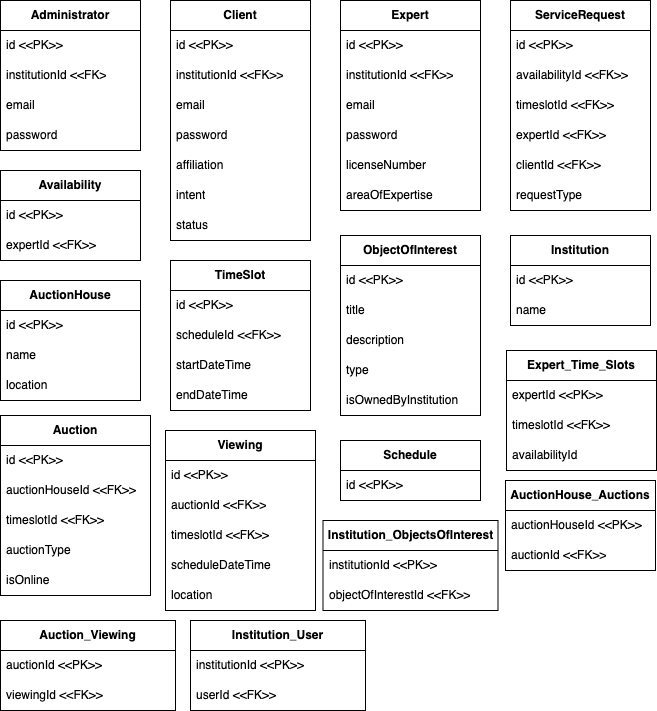
Earlier version of the draw.io export artifacts/DataModel/SOEN342-DataModel.drawio.png (benjaminsunliu/chillmates-soen-342). Source tidied: cells renumbered, new cells last; positions are measured from the earlier drawing's top-left corner, leaving out a move shared by most shapes.
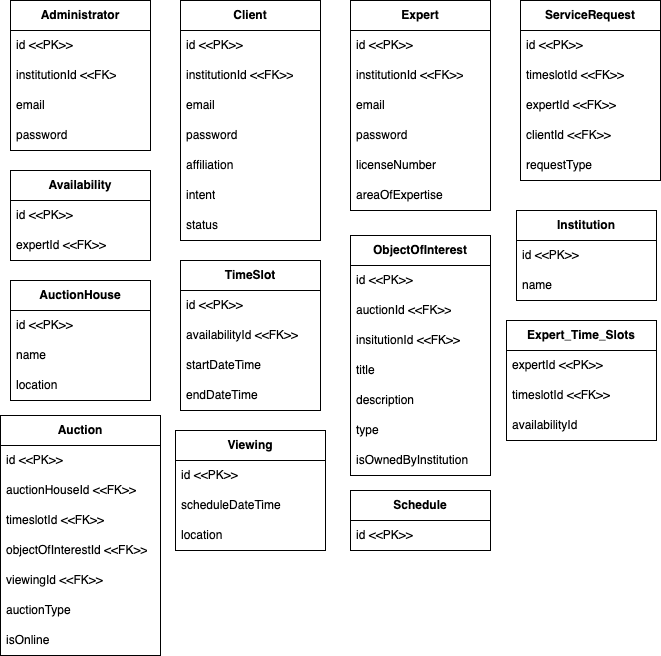
After the change.

Commit message:
updated association & updated data model

What changed in the source:
```diff
@@ -63,25 +63,22 @@
       <mxGeometry y="180" width="140" height="30" as="geometry" />
     </mxCell>
     <mxCell id="22" value="&lt;b&gt;ServiceRequest&lt;/b&gt;" style="swimlane;fontStyle=0;horizontal=1;startSize=30;whiteSpace=wrap;html=1;" parent="1" vertex="1">
-      <mxGeometry x="510" width="140" height="210" as="geometry" />
+      <mxGeometry x="510" width="140" height="180" as="geometry" />
     </mxCell>
     <mxCell id="23" value="id &amp;lt;&amp;lt;PK&amp;gt;&amp;gt;" style="text;strokeColor=none;fillColor=none;align=left;verticalAlign=middle;spacingLeft=4;spacingRight=4;overflow=hidden;whiteSpace=wrap;html=1;" parent="22" vertex="1">
       <mxGeometry y="30" width="140" height="30" as="geometry" />
     </mxCell>
-    <mxCell id="24" value="availabilityId &amp;lt;&amp;lt;FK&amp;gt;&amp;gt;" style="text;strokeColor=none;fillColor=none;align=left;verticalAlign=middle;spacingLeft=4;spacingRight=4;overflow=hidden;whiteSpace=wrap;html=1;" parent="22" vertex="1">
-      <mxGeometry y="60" width="140" height="30" as="geometry" />
-    </mxCell>
     <mxCell id="25" value="timeslotId &amp;lt;&amp;lt;FK&amp;gt;&amp;gt;" style="text;strokeColor=none;fillColor=none;align=left;verticalAlign=middle;spacingLeft=4;spacingRight=4;overflow=hidden;whiteSpace=wrap;html=1;" parent="22" vertex="1">
-      <mxGeometry y="90" width="140" height="30" as="geometry" />
+      <mxGeometry y="60" width="140" height="30" as="geometry" />
     </mxCell>
     <mxCell id="26" value="expertId &amp;lt;&amp;lt;FK&amp;gt;&amp;gt;" style="text;strokeColor=none;fillColor=none;align=left;verticalAlign=middle;spacingLeft=4;spacingRight=4;overflow=hidden;whiteSpace=wrap;html=1;" parent="22" vertex="1">
-      <mxGeometry y="120" width="140" height="30" as="geometry" />
+      <mxGeometry y="90" width="140" height="30" as="geometry" />
     </mxCell>
     <mxCell id="27" value="clientId &amp;lt;&amp;lt;FK&amp;gt;&amp;gt;" style="text;strokeColor=none;fillColor=none;align=left;verticalAlign=middle;spacingLeft=4;spacingRight=4;overflow=hidden;whiteSpace=wrap;html=1;" parent="22" vertex="1">
-      <mxGeometry y="150" width="140" height="30" as="geometry" />
+      <mxGeometry y="120" width="140" height="30" as="geometry" />
     </mxCell>
     <mxCell id="28" value="requestType" style="text;strokeColor=none;fillColor=none;align=left;verticalAlign=middle;spacingLeft=4;spacingRight=4;overflow=hidden;whiteSpace=wrap;html=1;" parent="22" vertex="1">
-      <mxGeometry y="180" width="140" height="30" as="geometry" />
+      <mxGeometry y="150" width="140" height="30" as="geometry" />
     </mxCell>
     <mxCell id="29" value="&lt;b&gt;Availability&lt;/b&gt;" style="swimlane;fontStyle=0;horizontal=1;startSize=30;whiteSpace=wrap;html=1;" parent="1" vertex="1">
       <mxGeometry y="170" width="140" height="90" as="geometry" />
@@ -98,7 +95,7 @@
     <mxCell id="33" value="id &amp;lt;&amp;lt;PK&amp;gt;&amp;gt;" style="text;strokeColor=none;fillColor=none;align=left;verticalAlign=middle;spacingLeft=4;spacingRight=4;overflow=hidden;whiteSpace=wrap;html=1;" parent="32" vertex="1">
       <mxGeometry y="30" width="140" height="30" as="geometry" />
     </mxCell>
-    <mxCell id="34" value="scheduleId &amp;lt;&amp;lt;FK&amp;gt;&amp;gt;" style="text;strokeColor=none;fillColor=none;align=left;verticalAlign=middle;spacingLeft=4;spacingRight=4;overflow=hidden;whiteSpace=wrap;html=1;" parent="32" vertex="1">
+    <mxCell id="34" value="availabilityId &amp;lt;&amp;lt;FK&amp;gt;&amp;gt;" style="text;strokeColor=none;fillColor=none;align=left;verticalAlign=middle;spacingLeft=4;spacingRight=4;overflow=hidden;whiteSpace=wrap;html=1;" parent="32" vertex="1">
       <mxGeometry y="60" width="140" height="30" as="geometry" />
     </mxCell>
     <mxCell id="35" value="startDateTime" style="text;strokeColor=none;fillColor=none;align=left;verticalAlign=middle;spacingLeft=4;spacingRight=4;overflow=hidden;whiteSpace=wrap;html=1;" parent="32" vertex="1">
@@ -108,25 +105,31 @@
       <mxGeometry y="120" width="140" height="30" as="geometry" />
     </mxCell>
     <mxCell id="37" value="&lt;b&gt;ObjectOfInterest&lt;/b&gt;" style="swimlane;fontStyle=0;horizontal=1;startSize=30;whiteSpace=wrap;html=1;" parent="1" vertex="1">
-      <mxGeometry x="340" y="235" width="140" height="180" as="geometry" />
+      <mxGeometry x="340" y="235" width="140" height="240" as="geometry" />
     </mxCell>
     <mxCell id="38" value="id &amp;lt;&amp;lt;PK&amp;gt;&amp;gt;" style="text;strokeColor=none;fillColor=none;align=left;verticalAlign=middle;spacingLeft=4;spacingRight=4;overflow=hidden;whiteSpace=wrap;html=1;" parent="37" vertex="1">
       <mxGeometry y="30" width="140" height="30" as="geometry" />
     </mxCell>
+    <mxCell id="80" value="auctionId &amp;lt;&amp;lt;FK&amp;gt;&amp;gt;" style="text;strokeColor=none;fillColor=none;align=left;verticalAlign=middle;spacingLeft=4;spacingRight=4;overflow=hidden;whiteSpace=wrap;html=1;" parent="37" vertex="1">
+      <mxGeometry y="60" width="140" height="30" as="geometry" />
+    </mxCell>
+    <mxCell id="81" value="insitutionId &amp;lt;&amp;lt;FK&amp;gt;&amp;gt;" style="text;strokeColor=none;fillColor=none;align=left;verticalAlign=middle;spacingLeft=4;spacingRight=4;overflow=hidden;whiteSpace=wrap;html=1;" parent="37" vertex="1">
+      <mxGeometry y="90" width="140" height="30" as="geometry" />
+    </mxCell>
     <mxCell id="39" value="title" style="text;strokeColor=none;fillColor=none;align=left;verticalAlign=middle;spacingLeft=4;spacingRight=4;overflow=hidden;whiteSpace=wrap;html=1;" parent="37" vertex="1">
-      <mxGeometry y="60" width="140" height="30" as="geometry" />
+      <mxGeometry y="120" width="140" height="30" as="geometry" />
     </mxCell>
     <mxCell id="40" value="description" style="text;strokeColor=none;fillColor=none;align=left;verticalAlign=middle;spacingLeft=4;spacingRight=4;overflow=hidden;whiteSpace=wrap;html=1;" parent="37" vertex="1">
-      <mxGeometry y="90" width="140" height="30" as="geometry" />
+      <mxGeometry y="150" width="140" height="30" as="geometry" />
     </mxCell>
     <mxCell id="41" value="type" style="text;strokeColor=none;fillColor=none;align=left;verticalAlign=middle;spacingLeft=4;spacingRight=4;overflow=hidden;whiteSpace=wrap;html=1;" parent="37" vertex="1">
-      <mxGeometry y="120" width="140" height="30" as="geometry" />
+      <mxGeometry y="180" width="140" height="30" as="geometry" />
     </mxCell>
     <mxCell id="42" value="isOwnedByInstitution" style="text;strokeColor=none;fillColor=none;align=left;verticalAlign=middle;spacingLeft=4;spacingRight=4;overflow=hidden;whiteSpace=wrap;html=1;" parent="37" vertex="1">
-      <mxGeometry y="150" width="140" height="30" as="geometry" />
+      <mxGeometry y="210" width="140" height="30" as="geometry" />
     </mxCell>
     <mxCell id="43" value="&lt;b&gt;Institution&lt;/b&gt;" style="swimlane;fontStyle=0;horizontal=1;startSize=30;whiteSpace=wrap;html=1;" parent="1" vertex="1">
-      <mxGeometry x="510" y="235" width="140" height="90" as="geometry" />
+      <mxGeometry x="506" y="210" width="140" height="90" as="geometry" />
     </mxCell>
     <mxCell id="44" value="id &amp;lt;&amp;lt;PK&amp;gt;&amp;gt;" style="text;strokeColor=none;fillColor=none;align=left;verticalAlign=middle;spacingLeft=4;spacingRight=4;overflow=hidden;whiteSpace=wrap;html=1;" parent="43" vertex="1">
       <mxGeometry y="30" width="140" height="30" as="geometry" />
@@ -147,49 +150,49 @@
       <mxGeometry y="90" width="140" height="30" as="geometry" />
     </mxCell>
     <mxCell id="50" value="&lt;b&gt;Auction&lt;/b&gt;" style="swimlane;fontStyle=0;horizontal=1;startSize=30;whiteSpace=wrap;html=1;" parent="1" vertex="1">
-      <mxGeometry y="415" width="150" height="180" as="geometry" />
+      <mxGeometry x="-10" y="415" width="160" height="240" as="geometry" />
     </mxCell>
     <mxCell id="51" value="id &amp;lt;&amp;lt;PK&amp;gt;&amp;gt;" style="text;strokeColor=none;fillColor=none;align=left;verticalAlign=middle;spacingLeft=4;spacingRight=4;overflow=hidden;whiteSpace=wrap;html=1;" parent="50" vertex="1">
-      <mxGeometry y="30" width="150" height="30" as="geometry" />
+      <mxGeometry y="30" width="160" height="30" as="geometry" />
     </mxCell>
     <mxCell id="52" value="auctionHouseId &amp;lt;&amp;lt;FK&amp;gt;&amp;gt;" style="text;strokeColor=none;fillColor=none;align=left;verticalAlign=middle;spacingLeft=4;spacingRight=4;overflow=hidden;whiteSpace=wrap;html=1;" parent="50" vertex="1">
-      <mxGeometry y="60" width="150" height="30" as="geometry" />
+      <mxGeometry y="60" width="160" height="30" as="geometry" />
     </mxCell>
     <mxCell id="53" value="timeslotId &amp;lt;&amp;lt;FK&amp;gt;&amp;gt;" style="text;strokeColor=none;fillColor=none;align=left;verticalAlign=middle;spacingLeft=4;spacingRight=4;overflow=hidden;whiteSpace=wrap;html=1;" parent="50" vertex="1">
-      <mxGeometry y="90" width="150" height="30" as="geometry" />
+      <mxGeometry y="90" width="160" height="30" as="geometry" />
     </mxCell>
+    <mxCell id="73" value="objectOfInterestId &amp;lt;&amp;lt;FK&amp;gt;&amp;gt;" style="text;strokeColor=none;fillColor=none;align=left;verticalAlign=middle;spacingLeft=4;spacingRight=4;overflow=hidden;whiteSpace=wrap;html=1;" parent="50" vertex="1">
+      <mxGeometry y="120" width="160" height="30" as="geometry" />
+    </mxCell>
+    <mxCell id="76" value="viewingId &amp;lt;&amp;lt;FK&amp;gt;&amp;gt;" style="text;strokeColor=none;fillColor=none;align=left;verticalAlign=middle;spacingLeft=4;spacingRight=4;overflow=hidden;whiteSpace=wrap;html=1;" parent="50" vertex="1">
+      <mxGeometry y="150" width="160" height="30" as="geometry" />
+    </mxCell>
     <mxCell id="54" value="auctionType" style="text;strokeColor=none;fillColor=none;align=left;verticalAlign=middle;spacingLeft=4;spacingRight=4;overflow=hidden;whiteSpace=wrap;html=1;" parent="50" vertex="1">
-      <mxGeometry y="120" width="150" height="30" as="geometry" />
+      <mxGeometry y="180" width="160" height="30" as="geometry" />
     </mxCell>
     <mxCell id="55" value="isOnline" style="text;strokeColor=none;fillColor=none;align=left;verticalAlign=middle;spacingLeft=4;spacingRight=4;overflow=hidden;whiteSpace=wrap;html=1;" parent="50" vertex="1">
-      <mxGeometry y="150" width="150" height="30" as="geometry" />
+      <mxGeometry y="210" width="160" height="30" as="geometry" />
     </mxCell>
     <mxCell id="56" value="&lt;b&gt;Viewing&lt;/b&gt;" style="swimlane;fontStyle=0;horizontal=1;startSize=30;whiteSpace=wrap;html=1;" parent="1" vertex="1">
-      <mxGeometry x="165" y="430" width="150" height="180" as="geometry" />
+      <mxGeometry x="165" y="430" width="150" height="120" as="geometry" />
     </mxCell>
     <mxCell id="57" value="id &amp;lt;&amp;lt;PK&amp;gt;&amp;gt;" style="text;strokeColor=none;fillColor=none;align=left;verticalAlign=middle;spacingLeft=4;spacingRight=4;overflow=hidden;whiteSpace=wrap;html=1;" parent="56" vertex="1">
       <mxGeometry y="30" width="150" height="30" as="geometry" />
     </mxCell>
-    <mxCell id="58" value="auctionId &amp;lt;&amp;lt;FK&amp;gt;&amp;gt;" style="text;strokeColor=none;fillColor=none;align=left;verticalAlign=middle;spacingLeft=4;spacingRight=4;overflow=hidden;whiteSpace=wrap;html=1;" parent="56" vertex="1">
-      <mxGeometry y="60" width="150" height="30" as="geometry" />
-    </mxCell>
-    <mxCell id="59" value="timeslotId &amp;lt;&amp;lt;FK&amp;gt;&amp;gt;" style="text;strokeColor=none;fillColor=none;align=left;verticalAlign=middle;spacingLeft=4;spacingRight=4;overflow=hidden;whiteSpace=wrap;html=1;" parent="56" vertex="1">
-      <mxGeometry y="90" width="150" height="30" as="geometry" />
-    </mxCell>
     <mxCell id="60" value="scheduleDateTime" style="text;strokeColor=none;fillColor=none;align=left;verticalAlign=middle;spacingLeft=4;spacingRight=4;overflow=hidden;whiteSpace=wrap;html=1;" parent="56" vertex="1">
-      <mxGeometry y="120" width="150" height="30" as="geometry" />
+      <mxGeometry y="60" width="150" height="30" as="geometry" />
     </mxCell>
     <mxCell id="61" value="location" style="text;strokeColor=none;fillColor=none;align=left;verticalAlign=middle;spacingLeft=4;spacingRight=4;overflow=hidden;whiteSpace=wrap;html=1;" parent="56" vertex="1">
-      <mxGeometry y="150" width="150" height="30" as="geometry" />
+      <mxGeometry y="90" width="150" height="30" as="geometry" />
     </mxCell>
     <mxCell id="62" value="&lt;b&gt;Schedule&lt;/b&gt;" style="swimlane;fontStyle=0;horizontal=1;startSize=30;whiteSpace=wrap;html=1;" parent="1" vertex="1">
-      <mxGeometry x="340" y="440" width="140" height="60" as="geometry" />
+      <mxGeometry x="340" y="490" width="140" height="60" as="geometry" />
     </mxCell>
     <mxCell id="63" value="id &amp;lt;&amp;lt;PK&amp;gt;&amp;gt;" style="text;strokeColor=none;fillColor=none;align=left;verticalAlign=middle;spacingLeft=4;spacingRight=4;overflow=hidden;whiteSpace=wrap;html=1;" parent="62" vertex="1">
       <mxGeometry y="30" width="140" height="30" as="geometry" />
     </mxCell>
     <mxCell id="64" value="&lt;b&gt;Expert_Time_Slots&lt;/b&gt;" style="swimlane;fontStyle=0;horizontal=1;startSize=30;whiteSpace=wrap;html=1;" parent="1" vertex="1">
-      <mxGeometry x="506" y="350" width="150" height="120" as="geometry" />
+      <mxGeometry x="496" y="320" width="150" height="120" as="geometry" />
     </mxCell>
     <mxCell id="65" value="expertId &amp;lt;&amp;lt;PK&amp;gt;&amp;gt;" style="text;strokeColor=none;fillColor=none;align=left;verticalAlign=middle;spacingLeft=4;spacingRight=4;overflow=hidden;whiteSpace=wrap;html=1;" parent="64" vertex="1">
       <mxGeometry y="30" width="150" height="30" as="geometry" />
@@ -200,41 +203,5 @@
     <mxCell id="67" value="availabilityId" style="text;strokeColor=none;fillColor=none;align=left;verticalAlign=middle;spacingLeft=4;spacingRight=4;overflow=hidden;whiteSpace=wrap;html=1;" parent="64" vertex="1">
       <mxGeometry y="90" width="150" height="30" as="geometry" />
     </mxCell>
-    <mxCell id="68" value="&lt;b&gt;AuctionHouse_Auctions&lt;/b&gt;" style="swimlane;fontStyle=0;horizontal=1;startSize=30;whiteSpace=wrap;html=1;" parent="1" vertex="1">
-      <mxGeometry x="505" y="480" width="150" height="90" as="geometry" />
-    </mxCell>
-    <mxCell id="69" value="auctionHouseId &amp;lt;&amp;lt;PK&amp;gt;&amp;gt;" style="text;strokeColor=none;fillColor=none;align=left;verticalAlign=middle;spacingLeft=4;spacingRight=4;overflow=hidden;whiteSpace=wrap;html=1;" parent="68" vertex="1">
-      <mxGeometry y="30" width="150" height="30" as="geometry" />
-    </mxCell>
-    <mxCell id="70" value="auctionId &amp;lt;&amp;lt;FK&amp;gt;&amp;gt;" style="text;strokeColor=none;fillColor=none;align=left;verticalAlign=middle;spacingLeft=4;spacingRight=4;overflow=hidden;whiteSpace=wrap;html=1;" parent="68" vertex="1">
-      <mxGeometry y="60" width="150" height="30" as="geometry" />
-    </mxCell>
-    <mxCell id="71" value="&lt;b&gt;Institution_ObjectsOfInterest&lt;/b&gt;" style="swimlane;fontStyle=0;horizontal=1;startSize=30;whiteSpace=wrap;html=1;" parent="1" vertex="1">
-      <mxGeometry x="322.5" y="520" width="175" height="90" as="geometry" />
-    </mxCell>
-    <mxCell id="72" value="institutionId &amp;lt;&amp;lt;PK&amp;gt;&amp;gt;" style="text;strokeColor=none;fillColor=none;align=left;verticalAlign=middle;spacingLeft=4;spacingRight=4;overflow=hidden;whiteSpace=wrap;html=1;" parent="71" vertex="1">
-      <mxGeometry y="30" width="175" height="30" as="geometry" />
-    </mxCell>
-    <mxCell id="73" value="objectOfInterestId &amp;lt;&amp;lt;FK&amp;gt;&amp;gt;" style="text;strokeColor=none;fillColor=none;align=left;verticalAlign=middle;spacingLeft=4;spacingRight=4;overflow=hidden;whiteSpace=wrap;html=1;" parent="71" vertex="1">
-      <mxGeometry y="60" width="175" height="30" as="geometry" />
-    </mxCell>
-    <mxCell id="74" value="&lt;b&gt;Auction_Viewing&lt;/b&gt;" style="swimlane;fontStyle=0;horizontal=1;startSize=30;whiteSpace=wrap;html=1;" parent="1" vertex="1">
-      <mxGeometry y="620" width="175" height="90" as="geometry" />
-    </mxCell>
-    <mxCell id="75" value="auctionId &amp;lt;&amp;lt;PK&amp;gt;&amp;gt;" style="text;strokeColor=none;fillColor=none;align=left;verticalAlign=middle;spacingLeft=4;spacingRight=4;overflow=hidden;whiteSpace=wrap;html=1;" parent="74" vertex="1">
-      <mxGeometry y="30" width="175" height="30" as="geometry" />
-    </mxCell>
-    <mxCell id="76" value="viewingId &amp;lt;&amp;lt;FK&amp;gt;&amp;gt;" style="text;strokeColor=none;fillColor=none;align=left;verticalAlign=middle;spacingLeft=4;spacingRight=4;overflow=hidden;whiteSpace=wrap;html=1;" parent="74" vertex="1">
-      <mxGeometry y="60" width="175" height="30" as="geometry" />
-    </mxCell>
-    <mxCell id="77" value="&lt;b&gt;Institution_User&lt;/b&gt;" style="swimlane;fontStyle=0;horizontal=1;startSize=30;whiteSpace=wrap;html=1;" parent="1" vertex="1">
-      <mxGeometry x="190" y="620" width="175" height="90" as="geometry" />
-    </mxCell>
-    <mxCell id="78" value="institutionId &amp;lt;&amp;lt;PK&amp;gt;&amp;gt;" style="text;strokeColor=none;fillColor=none;align=left;verticalAlign=middle;spacingLeft=4;spacingRight=4;overflow=hidden;whiteSpace=wrap;html=1;" parent="77" vertex="1">
-      <mxGeometry y="30" width="175" height="30" as="geometry" />
-    </mxCell>
-    <mxCell id="79" value="userId &amp;lt;&amp;lt;FK&amp;gt;&amp;gt;" style="text;strokeColor=none;fillColor=none;align=left;verticalAlign=middle;spacingLeft=4;spacingRight=4;overflow=hidden;whiteSpace=wrap;html=1;" parent="77" vertex="1">
-      <mxGeometry y="60" width="175" height="30" as="geometry" />
-    </mxCell>
   </root>
 </mxGraphModel>
```
